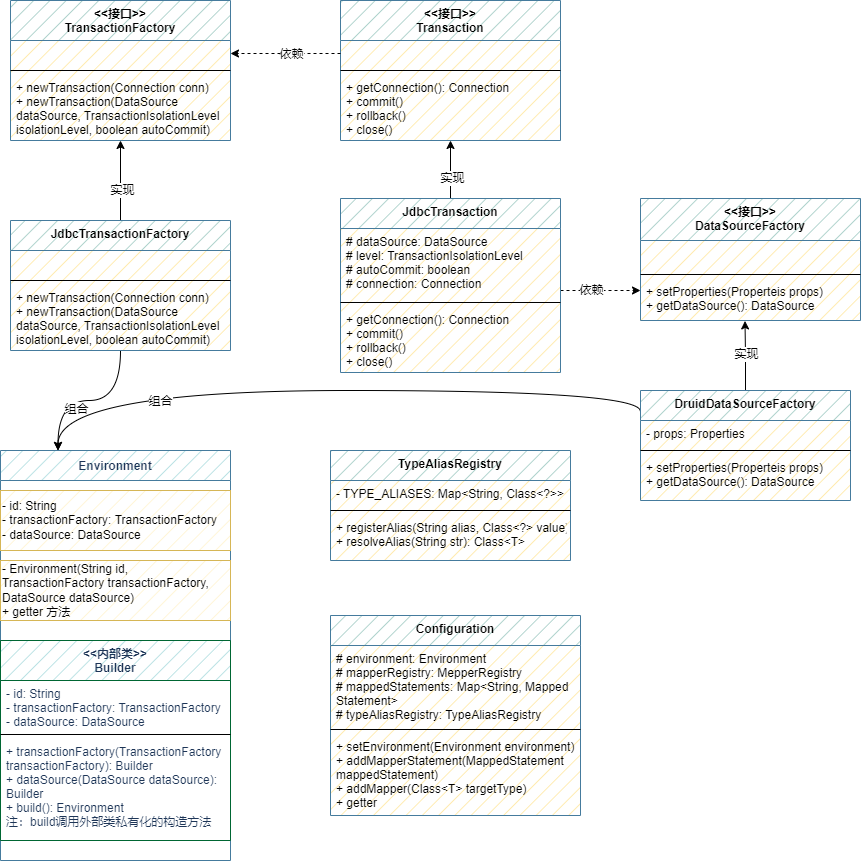
The draw.io diagram wzz-mybatis/mybatis-step04-解析数据源并获取连接.drawio.png in wsxzei/markdown-photos, before a commit. Source tidied: cells renumbered, new cells last; positions are measured from the earlier drawing's top-left corner, leaving out a move shared by most shapes.
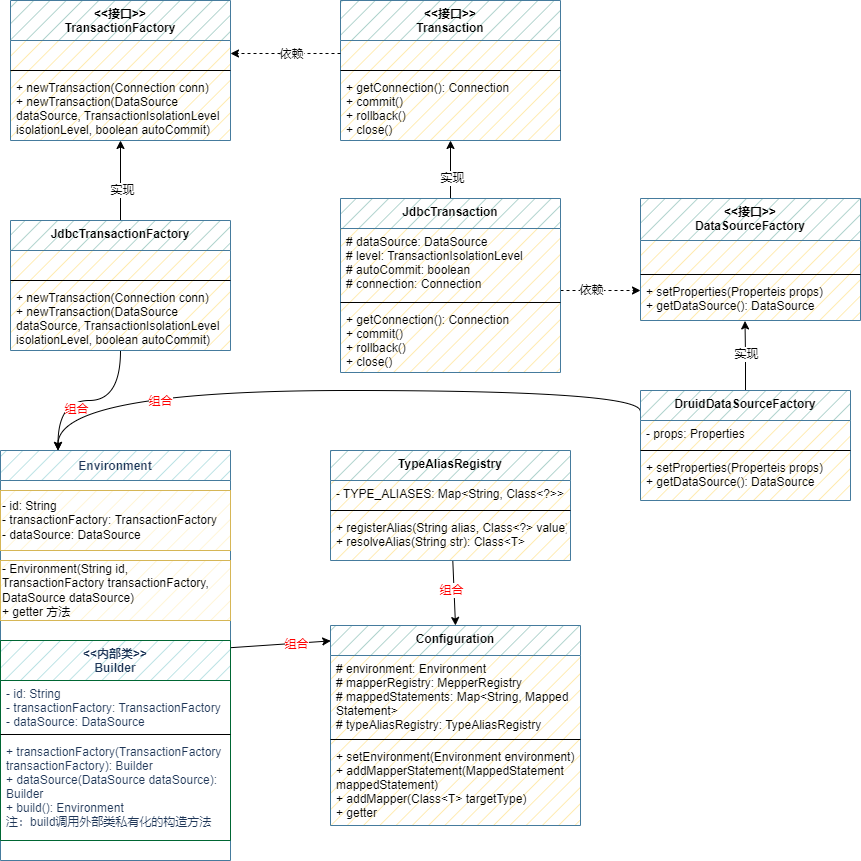
Later version of the same file.

Commit message:
更新mybatis-step04-解析数据源并获取连接.drawio.png

Diff of the diagram source:
```diff
@@ -11,7 +11,7 @@
     <mxCell id="4" style="edgeStyle=orthogonalEdgeStyle;rounded=0;jettySize=auto;html=1;entryX=0.25;entryY=0;entryDx=0;entryDy=0;curved=1;" parent="1" edge="1" source="6" target="40">
       <mxGeometry relative="1" as="geometry" />
     </mxCell>
-    <mxCell id="5" value="组合" style="edgeLabel;html=1;align=center;verticalAlign=middle;" parent="4" vertex="1">
+    <mxCell id="5" value="组合" style="edgeLabel;html=1;align=center;verticalAlign=middle;fontColor=#FF0000;" parent="4" vertex="1">
       <mxGeometry x="0.17" y="8" relative="1" as="geometry" />
     </mxCell>
     <mxCell id="6" value="JdbcTransactionFactory" style="swimlane;fontStyle=1;align=center;verticalAlign=top;horizontal=1;startSize=30;gradientColor=none;swimlaneFillColor=#FFE599;fillStyle=hatch;fillColor=#9AC7BF;strokeColor=#457B9D;" parent="1" vertex="1">
@@ -115,7 +115,7 @@
         </Array>
       </mxGeometry>
     </mxCell>
-    <mxCell id="35" value="组合" style="edgeLabel;html=1;align=center;verticalAlign=middle;" parent="34" vertex="1">
+    <mxCell id="35" value="组合" style="edgeLabel;html=1;align=center;verticalAlign=middle;fontColor=#FF0000;" parent="34" vertex="1">
       <mxGeometry x="0.6" y="21" relative="1" as="geometry">
         <mxPoint x="31" y="-11" as="offset" />
       </mxGeometry>
@@ -132,6 +132,12 @@
     <mxCell id="39" value="+ setProperties(Properteis props)&#10;+ getDataSource(): DataSource" style="text;strokeColor=none;fillColor=none;align=left;verticalAlign=top;spacingLeft=4;spacingRight=4;overflow=hidden;" parent="36" vertex="1">
       <mxGeometry y="64" width="210" height="46" as="geometry" />
     </mxCell>
+    <mxCell id="55" style="edgeStyle=none;rounded=0;jettySize=auto;html=1;entryX=0.001;entryY=0.077;entryDx=0;entryDy=0;entryPerimeter=0;" parent="1" edge="1" source="40" target="51">
+      <mxGeometry relative="1" as="geometry" />
+    </mxCell>
+    <mxCell id="56" value="组合" style="edgeLabel;html=1;align=center;verticalAlign=middle;fontColor=#FF0000;" parent="55" vertex="1">
+      <mxGeometry x="0.32" y="-1" relative="1" as="geometry" />
+    </mxCell>
     <mxCell id="40" value="Environment" style="swimlane;startSize=30;align=center;fillColor=#A8DADC;strokeColor=#457B9D;fontColor=#1D3557;fillStyle=hatch;" parent="1" vertex="1">
       <mxGeometry y="450" width="230" height="410" as="geometry" />
     </mxCell>
@@ -153,6 +159,14 @@
     <mxCell id="46" value="- Environment(String id,&lt;br&gt;TransactionFactory transactionFactory, DataSource dataSource)&lt;br&gt;+ getter 方法" style="text;html=1;strokeColor=#d6b656;fillColor=#fff2cc;align=left;verticalAlign=middle;whiteSpace=wrap;rounded=0;fillStyle=hatch;" parent="40" vertex="1">
       <mxGeometry y="110" width="230" height="60" as="geometry" />
     </mxCell>
+    <mxCell id="57" style="edgeStyle=none;rounded=0;jettySize=auto;html=1;entryX=0.5;entryY=0;entryDx=0;entryDy=0;" parent="1" edge="1" source="47" target="51">
+      <mxGeometry relative="1" as="geometry" />
+    </mxCell>
+    <mxCell id="58" value="组合" style="edgeLabel;html=1;align=center;verticalAlign=middle;fontColor=#FF0000;" parent="57" vertex="1">
+      <mxGeometry x="0.42" y="1" relative="1" as="geometry">
+        <mxPoint x="-5" y="-16" as="offset" />
+      </mxGeometry>
+    </mxCell>
     <mxCell id="47" value="TypeAliasRegistry" style="swimlane;fontStyle=1;align=center;verticalAlign=top;horizontal=1;startSize=30;gradientColor=none;swimlaneFillColor=#FFE599;fillStyle=hatch;fillColor=#9AC7BF;strokeColor=#457B9D;" parent="1" vertex="1">
       <mxGeometry x="330" y="450" width="240" height="110" as="geometry" />
     </mxCell>
@@ -166,7 +180,7 @@
       <mxGeometry y="64" width="240" height="46" as="geometry" />
     </mxCell>
     <mxCell id="51" value="Configuration" style="swimlane;fontStyle=1;align=center;verticalAlign=top;horizontal=1;startSize=30;gradientColor=none;swimlaneFillColor=#FFE599;fillStyle=hatch;fillColor=#9AC7BF;strokeColor=#457B9D;" parent="1" vertex="1">
-      <mxGeometry x="330" y="615" width="250" height="200" as="geometry" />
+      <mxGeometry x="330" y="625" width="250" height="200" as="geometry" />
     </mxCell>
     <mxCell id="52" value="# environment: Environment&#10;# mapperRegistry: MepperRegistry&#10;# mappedStatements: Map&lt;String, Mapped&#10;Statement&gt;&#10;# typeAliasRegistry: TypeAliasRegistry" style="text;strokeColor=none;fillColor=none;align=left;verticalAlign=top;spacingLeft=4;spacingRight=4;overflow=hidden;" parent="51" vertex="1">
       <mxGeometry y="30" width="250" height="80" as="geometry" />
```
